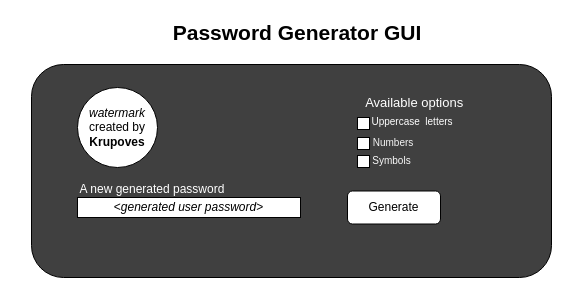
Earlier version of the draw.io diagram page "GUI" (3 of 3) of Password Generator.drawio (AndzejK/passGenerator). Source tidied: cells renumbered, new cells numbered last; positions are measured from the earlier drawing's top-left corner, leaving out a move shared by most shapes. Both pictures are drawn from the tidied source at 100%, with x=0, y=0 at pixel (17, 17).
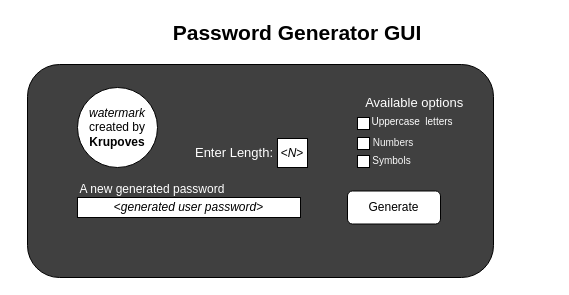
After the change.

Commit message:
Added Number Field in GUI.drawio

Change to the diagram source:
```diff
@@
 <mxGraphModel>
   <root>
     <mxCell id="0" />
     <mxCell id="1" parent="0" />
     <mxCell id="2" style="rounded=1;whiteSpace=wrap;html=1;fillColor=#404040;" parent="1" vertex="1">
-      <mxGeometry x="14" y="47" width="520" height="213" as="geometry" />
+      <mxGeometry x="10" y="47" width="466" height="213" as="geometry" />
     </mxCell>
     <mxCell id="3" value="&lt;font style=&quot;font-size: 21px;&quot;&gt;&lt;b&gt;Password Generator GUI&lt;/b&gt;&lt;/font&gt;" style="text;html=1;align=center;verticalAlign=middle;whiteSpace=wrap;rounded=0;" parent="1" vertex="1">
       <mxGeometry x="130" width="300" height="30" as="geometry" />
     </mxCell>
     <mxCell id="4" value="&amp;lt;&lt;i&gt;generated user password&lt;/i&gt;&amp;gt;" style="rounded=0;whiteSpace=wrap;html=1;" parent="1" vertex="1">
       <mxGeometry x="60" y="180" width="223" height="20" as="geometry" />
     </mxCell>
     <mxCell id="5" value="&lt;font color=&quot;#ffffff&quot;&gt;A new generated password&lt;/font&gt;" style="text;html=1;align=center;verticalAlign=middle;whiteSpace=wrap;rounded=0;" parent="1" vertex="1">
       <mxGeometry y="157" width="270" height="30" as="geometry" />
     </mxCell>
     <mxCell id="6" value="&lt;font style=&quot;font-size: 13px;&quot; color=&quot;#ffffff&quot;&gt;Available&lt;span style=&quot;caret-color: rgb(255, 255, 255);&quot;&gt;&amp;nbsp;options&amp;nbsp;&lt;/span&gt;&lt;/font&gt;" style="text;html=1;align=center;verticalAlign=middle;whiteSpace=wrap;rounded=0;" parent="1" vertex="1">
       <mxGeometry x="264" y="70" width="270" height="30" as="geometry" />
     </mxCell>
     <mxCell id="7" style="whiteSpace=wrap;html=1;" parent="1" vertex="1">
       <mxGeometry x="340" y="100" width="12" height="12" as="geometry" />
     </mxCell>
     <mxCell id="8" style="whiteSpace=wrap;html=1;" parent="1" vertex="1">
       <mxGeometry x="340" y="120" width="12" height="12" as="geometry" />
     </mxCell>
     <mxCell id="9" style="whiteSpace=wrap;html=1;" parent="1" vertex="1">
       <mxGeometry x="340" y="138" width="12" height="12" as="geometry" />
     </mxCell>
     <mxCell id="10" value="&lt;font color=&quot;#ffffff&quot; style=&quot;font-size: 10px;&quot;&gt;Uppercase &amp;nbsp;letters&lt;/font&gt;" style="text;html=1;align=center;verticalAlign=middle;whiteSpace=wrap;rounded=0;" parent="1" vertex="1">
       <mxGeometry x="330" y="89" width="130" height="30" as="geometry" />
     </mxCell>
     <mxCell id="11" value="&lt;font color=&quot;#f5f5f5&quot; style=&quot;font-size: 10px;&quot;&gt;Numbers&lt;/font&gt;" style="text;html=1;align=center;verticalAlign=middle;whiteSpace=wrap;rounded=0;" parent="1" vertex="1">
       <mxGeometry x="326" y="110" width="100" height="30" as="geometry" />
     </mxCell>
     <mxCell id="12" value="&lt;font style=&quot;font-size: 10px;&quot; color=&quot;#fafafa&quot;&gt;Symbols&lt;/font&gt;" style="text;html=1;align=center;verticalAlign=middle;whiteSpace=wrap;rounded=0;" parent="1" vertex="1">
       <mxGeometry x="327" y="128" width="95" height="30" as="geometry" />
     </mxCell>
     <mxCell id="13" value="Generate" style="rounded=1;whiteSpace=wrap;html=1;" parent="1" vertex="1">
       <mxGeometry x="330" y="173.5" width="93" height="33" as="geometry" />
     </mxCell>
     <mxCell id="14" value="&lt;i&gt;watermark&lt;/i&gt;&lt;br&gt;created by &lt;b&gt;Krupoves&lt;/b&gt;" style="ellipse;whiteSpace=wrap;html=1;" parent="1" vertex="1">
       <mxGeometry x="60" y="70" width="80" height="80" as="geometry" />
     </mxCell>
+    <mxCell id="15" value="&amp;lt;&lt;i&gt;N&lt;/i&gt;&amp;gt;" style="rounded=0;whiteSpace=wrap;html=1;" parent="1" vertex="1">
+      <mxGeometry x="260" y="121" width="30" height="29" as="geometry" />
+    </mxCell>
+    <mxCell id="16" value="&lt;font size=&quot;2&quot; color=&quot;#ffffff&quot;&gt;&lt;span style=&quot;caret-color: rgb(255, 255, 255);&quot;&gt;Enter Length:&lt;/span&gt;&lt;/font&gt;" style="text;html=1;align=center;verticalAlign=middle;whiteSpace=wrap;rounded=0;" parent="1" vertex="1">
+      <mxGeometry x="82" y="120" width="270" height="30" as="geometry" />
+    </mxCell>
   </root>
 </mxGraphModel>
```
